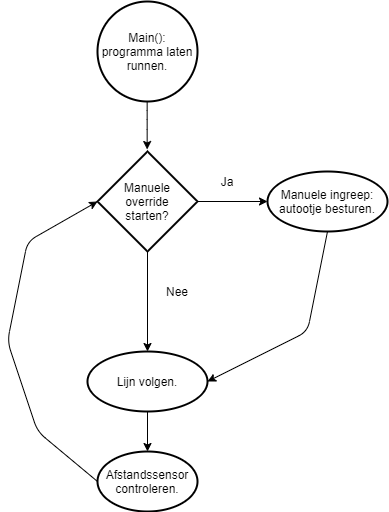
This is flowchartHoofdstructuur.png from CamilleLouagie/groep-1, a draw.io export, as it was before one commit. Source tidied: cells renumbered, new cells last; positions are measured from the earlier drawing's top-left corner, leaving out a move shared by most shapes.
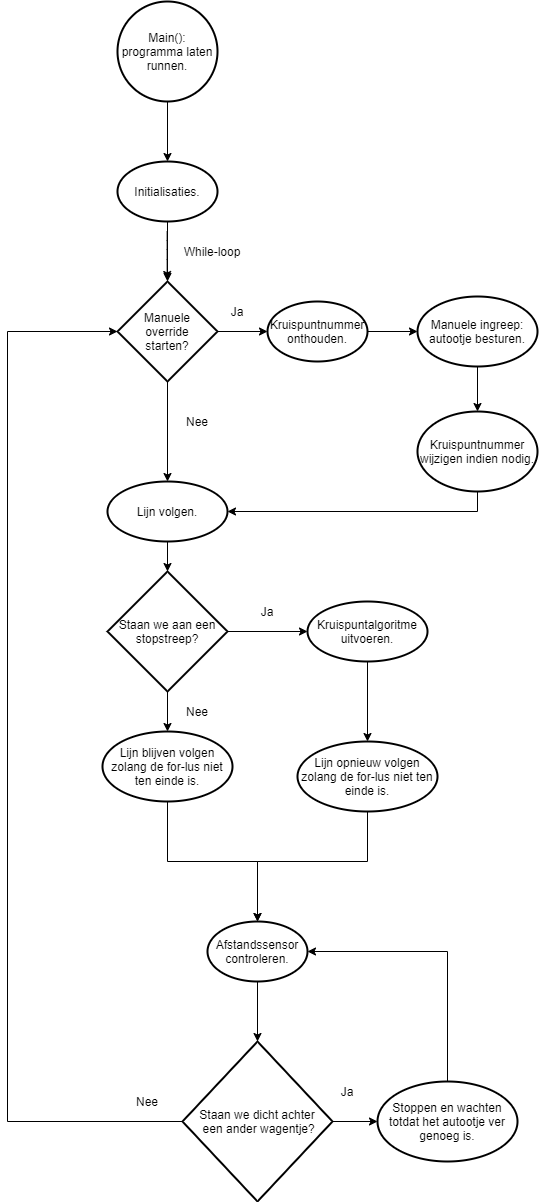
The same diagram one commit later.

What changed in the source:
```diff
@@ -2,8 +2,11 @@
   <root>
     <mxCell id="0" />
     <mxCell id="1" parent="0" />
+    <mxCell id="15" style="edgeStyle=orthogonalEdgeStyle;rounded=0;jettySize=auto;html=1;" parent="1" edge="1" source="2" target="22">
+      <mxGeometry relative="1" as="geometry" />
+    </mxCell>
     <mxCell id="2" value="Main(): programma laten runnen." style="strokeWidth=2;html=1;shape=mxgraph.flowchart.start_2;whiteSpace=wrap;" parent="1" vertex="1">
-      <mxGeometry x="90" width="100" height="100" as="geometry" />
+      <mxGeometry x="90" y="-130" width="100" height="100" as="geometry" />
     </mxCell>
     <mxCell id="3" style="endArrow=classic;html=1;" parent="1" edge="1">
       <mxGeometry relative="1" as="geometry">
@@ -14,48 +17,131 @@
         </Array>
       </mxGeometry>
     </mxCell>
-    <mxCell id="4" style="edgeStyle=orthogonalEdgeStyle;rounded=0;jettySize=auto;html=1;" parent="1" edge="1" source="6" target="7">
-      <mxGeometry relative="1" as="geometry" />
-    </mxCell>
     <mxCell id="5" style="edgeStyle=orthogonalEdgeStyle;rounded=0;jettySize=auto;html=1;" parent="1" edge="1" source="6" target="9">
       <mxGeometry relative="1" as="geometry" />
     </mxCell>
+    <mxCell id="16" style="edgeStyle=orthogonalEdgeStyle;rounded=0;jettySize=auto;html=1;exitX=1;exitY=0.5;exitDx=0;exitDy=0;exitPerimeter=0;entryX=0;entryY=0.5;entryDx=0;entryDy=0;entryPerimeter=0;" parent="1" edge="1" source="6" target="26">
+      <mxGeometry relative="1" as="geometry" />
+    </mxCell>
     <mxCell id="6" value="Manuele&lt;br&gt;&amp;nbsp;override &lt;br&gt;starten?" style="strokeWidth=2;html=1;shape=mxgraph.flowchart.decision;whiteSpace=wrap;" parent="1" vertex="1">
       <mxGeometry x="90" y="150" width="100" height="100" as="geometry" />
     </mxCell>
+    <mxCell id="17" style="edgeStyle=orthogonalEdgeStyle;rounded=0;jettySize=auto;html=1;entryX=1;entryY=0.5;entryDx=0;entryDy=0;startArrow=none;" parent="1" edge="1" source="24" target="9">
+      <mxGeometry relative="1" as="geometry">
+        <Array as="points">
+          <mxPoint x="450" y="380" />
+        </Array>
+      </mxGeometry>
+    </mxCell>
+    <mxCell id="18" style="edgeStyle=orthogonalEdgeStyle;rounded=0;jettySize=auto;html=1;" parent="1" edge="1" source="7" target="24">
+      <mxGeometry relative="1" as="geometry" />
+    </mxCell>
     <mxCell id="7" value="Manuele ingreep: autootje besturen." style="ellipse;whiteSpace=wrap;html=1;strokeWidth=2;" parent="1" vertex="1">
-      <mxGeometry x="260" y="170" width="120" height="60" as="geometry" />
+      <mxGeometry x="390" y="165" width="120" height="70" as="geometry" />
     </mxCell>
-    <mxCell id="8" style="edgeStyle=orthogonalEdgeStyle;rounded=0;jettySize=auto;html=1;" parent="1" edge="1" source="9" target="11">
-      <mxGeometry relative="1" as="geometry" />
-    </mxCell>
+    <mxCell id="19" style="edgeStyle=orthogonalEdgeStyle;rounded=0;jettySize=auto;html=1;" parent="1" edge="1" source="9" target="29">
+      <mxGeometry relative="1" as="geometry" />
+    </mxCell>
     <mxCell id="9" value="Lijn volgen." style="ellipse;whiteSpace=wrap;html=1;strokeWidth=2;" parent="1" vertex="1">
       <mxGeometry x="80" y="350" width="120" height="60" as="geometry" />
     </mxCell>
-    <mxCell id="10" style="endArrow=classic;html=1;exitX=0.5;exitY=1;exitDx=0;exitDy=0;entryX=1;entryY=0.5;entryDx=0;entryDy=0;" parent="1" edge="1" source="7" target="9">
-      <mxGeometry relative="1" as="geometry">
-        <Array as="points">
-          <mxPoint x="300" y="330" />
-        </Array>
-      </mxGeometry>
-    </mxCell>
+    <mxCell id="20" style="edgeStyle=orthogonalEdgeStyle;rounded=0;jettySize=auto;html=1;" parent="1" edge="1" source="11" target="40">
+      <mxGeometry relative="1" as="geometry" />
+    </mxCell>
     <mxCell id="11" value="Afstandssensor controleren." style="strokeWidth=2;html=1;shape=mxgraph.flowchart.start_1;whiteSpace=wrap;" parent="1" vertex="1">
-      <mxGeometry x="90" y="450" width="100" height="60" as="geometry" />
+      <mxGeometry x="180" y="790" width="100" height="60" as="geometry" />
     </mxCell>
-    <mxCell id="12" style="endArrow=classic;html=1;exitX=0;exitY=0.5;exitDx=0;exitDy=0;exitPerimeter=0;entryX=0;entryY=0.5;entryDx=0;entryDy=0;entryPerimeter=0;" parent="1" edge="1" source="11" target="6">
-      <mxGeometry relative="1" as="geometry">
-        <Array as="points">
-          <mxPoint x="30" y="430" />
-          <mxPoint y="340" />
-          <mxPoint x="20" y="240" />
-        </Array>
-      </mxGeometry>
-    </mxCell>
     <mxCell id="13" value="Ja" style="text;html=1;strokeColor=none;fillColor=none;align=center;verticalAlign=middle;whiteSpace=wrap;rounded=0;" parent="1" vertex="1">
-      <mxGeometry x="200" y="170" width="40" height="20" as="geometry" />
+      <mxGeometry x="190" y="170" width="40" height="20" as="geometry" />
     </mxCell>
     <mxCell id="14" value="Nee" style="text;html=1;strokeColor=none;fillColor=none;align=center;verticalAlign=middle;whiteSpace=wrap;rounded=0;" parent="1" vertex="1">
       <mxGeometry x="150" y="280" width="40" height="20" as="geometry" />
     </mxCell>
+    <mxCell id="21" style="edgeStyle=orthogonalEdgeStyle;rounded=0;jettySize=auto;html=1;" parent="1" edge="1" source="22" target="6">
+      <mxGeometry relative="1" as="geometry" />
+    </mxCell>
+    <mxCell id="22" value="Initialisaties." style="strokeWidth=2;html=1;shape=mxgraph.flowchart.start_1;whiteSpace=wrap;" parent="1" vertex="1">
+      <mxGeometry x="90" y="30" width="100" height="60" as="geometry" />
+    </mxCell>
+    <mxCell id="23" value="While-loop" style="text;html=1;strokeColor=none;fillColor=none;align=center;verticalAlign=middle;whiteSpace=wrap;rounded=0;" parent="1" vertex="1">
+      <mxGeometry x="150" y="110" width="70" height="20" as="geometry" />
+    </mxCell>
+    <mxCell id="24" value="Kruispuntnummer wijzigen indien nodig." style="strokeWidth=2;html=1;shape=mxgraph.flowchart.start_1;whiteSpace=wrap;" parent="1" vertex="1">
+      <mxGeometry x="390" y="280" width="120" height="80" as="geometry" />
+    </mxCell>
+    <mxCell id="25" style="edgeStyle=orthogonalEdgeStyle;rounded=0;jettySize=auto;html=1;" parent="1" edge="1" source="26" target="7">
+      <mxGeometry relative="1" as="geometry" />
+    </mxCell>
+    <mxCell id="26" value="Kruispuntnummer onthouden." style="strokeWidth=2;html=1;shape=mxgraph.flowchart.start_1;whiteSpace=wrap;" parent="1" vertex="1">
+      <mxGeometry x="240" y="170" width="100" height="60" as="geometry" />
+    </mxCell>
+    <mxCell id="27" style="edgeStyle=orthogonalEdgeStyle;rounded=0;jettySize=auto;html=1;" parent="1" edge="1" source="29" target="31">
+      <mxGeometry relative="1" as="geometry" />
+    </mxCell>
+    <mxCell id="28" style="edgeStyle=orthogonalEdgeStyle;rounded=0;jettySize=auto;html=1;" parent="1" edge="1" source="29" target="34">
+      <mxGeometry relative="1" as="geometry" />
+    </mxCell>
+    <mxCell id="29" value="Staan we aan een stopstreep?" style="strokeWidth=2;html=1;shape=mxgraph.flowchart.decision;whiteSpace=wrap;" parent="1" vertex="1">
+      <mxGeometry x="80" y="440" width="120" height="120" as="geometry" />
+    </mxCell>
+    <mxCell id="30" style="edgeStyle=orthogonalEdgeStyle;rounded=0;jettySize=auto;html=1;" parent="1" edge="1" source="31" target="37">
+      <mxGeometry relative="1" as="geometry" />
+    </mxCell>
+    <mxCell id="31" value="Kruispuntalgoritme uitvoeren." style="ellipse;whiteSpace=wrap;html=1;strokeWidth=2;" parent="1" vertex="1">
+      <mxGeometry x="280" y="470" width="120" height="60" as="geometry" />
+    </mxCell>
+    <mxCell id="32" value="Ja" style="text;html=1;strokeColor=none;fillColor=none;align=center;verticalAlign=middle;whiteSpace=wrap;rounded=0;" parent="1" vertex="1">
+      <mxGeometry x="220" y="470" width="40" height="20" as="geometry" />
+    </mxCell>
+    <mxCell id="33" style="edgeStyle=orthogonalEdgeStyle;rounded=0;jettySize=auto;html=1;entryX=0.5;entryY=0;entryDx=0;entryDy=0;entryPerimeter=0;" parent="1" edge="1" source="34" target="11">
+      <mxGeometry relative="1" as="geometry" />
+    </mxCell>
+    <mxCell id="34" value="Lijn blijven volgen zolang de for-lus niet ten einde is." style="ellipse;whiteSpace=wrap;html=1;strokeWidth=2;" parent="1" vertex="1">
+      <mxGeometry x="75" y="600" width="130" height="70" as="geometry" />
+    </mxCell>
+    <mxCell id="35" value="Nee" style="text;html=1;strokeColor=none;fillColor=none;align=center;verticalAlign=middle;whiteSpace=wrap;rounded=0;" parent="1" vertex="1">
+      <mxGeometry x="150" y="570" width="40" height="20" as="geometry" />
+    </mxCell>
+    <mxCell id="36" style="edgeStyle=orthogonalEdgeStyle;rounded=0;jettySize=auto;html=1;entryX=0.5;entryY=0;entryDx=0;entryDy=0;entryPerimeter=0;" parent="1" edge="1" source="37" target="11">
+      <mxGeometry relative="1" as="geometry">
+        <Array as="points">
+          <mxPoint x="340" y="730" />
+          <mxPoint x="230" y="730" />
+        </Array>
+      </mxGeometry>
+    </mxCell>
+    <mxCell id="37" value="Lijn opnieuw volgen zolang de for-lus niet ten einde is." style="ellipse;whiteSpace=wrap;html=1;strokeWidth=2;" parent="1" vertex="1">
+      <mxGeometry x="270" y="610" width="140" height="70" as="geometry" />
+    </mxCell>
+    <mxCell id="38" style="edgeStyle=orthogonalEdgeStyle;rounded=0;jettySize=auto;html=1;" parent="1" edge="1" source="40" target="42">
+      <mxGeometry relative="1" as="geometry" />
+    </mxCell>
+    <mxCell id="39" style="edgeStyle=orthogonalEdgeStyle;rounded=0;jettySize=auto;html=1;exitX=0;exitY=0.5;exitDx=0;exitDy=0;exitPerimeter=0;entryX=0;entryY=0.5;entryDx=0;entryDy=0;entryPerimeter=0;" parent="1" edge="1" source="40" target="6">
+      <mxGeometry relative="1" as="geometry">
+        <Array as="points">
+          <mxPoint x="-20" y="990" />
+          <mxPoint x="-20" y="200" />
+        </Array>
+      </mxGeometry>
+    </mxCell>
+    <mxCell id="40" value="Staan we dicht achter&lt;br&gt;&amp;nbsp;een ander wagentje?" style="strokeWidth=2;html=1;shape=mxgraph.flowchart.decision;whiteSpace=wrap;" parent="1" vertex="1">
+      <mxGeometry x="155" y="910" width="150" height="160" as="geometry" />
+    </mxCell>
+    <mxCell id="41" style="edgeStyle=orthogonalEdgeStyle;rounded=0;jettySize=auto;html=1;entryX=1;entryY=0.5;entryDx=0;entryDy=0;entryPerimeter=0;" parent="1" edge="1" source="42" target="11">
+      <mxGeometry relative="1" as="geometry">
+        <Array as="points">
+          <mxPoint x="420" y="820" />
+        </Array>
+      </mxGeometry>
+    </mxCell>
+    <mxCell id="42" value="Stoppen en wachten totdat het autootje ver genoeg is." style="ellipse;whiteSpace=wrap;html=1;strokeWidth=2;" parent="1" vertex="1">
+      <mxGeometry x="350" y="950" width="140" height="80" as="geometry" />
+    </mxCell>
+    <mxCell id="43" value="Ja" style="text;html=1;strokeColor=none;fillColor=none;align=center;verticalAlign=middle;whiteSpace=wrap;rounded=0;" parent="1" vertex="1">
+      <mxGeometry x="300" y="950" width="40" height="20" as="geometry" />
+    </mxCell>
+    <mxCell id="44" value="Nee" style="text;html=1;strokeColor=none;fillColor=none;align=center;verticalAlign=middle;whiteSpace=wrap;rounded=0;" parent="1" vertex="1">
+      <mxGeometry x="100" y="960" width="40" height="20" as="geometry" />
+    </mxCell>
   </root>
 </mxGraphModel>
```
